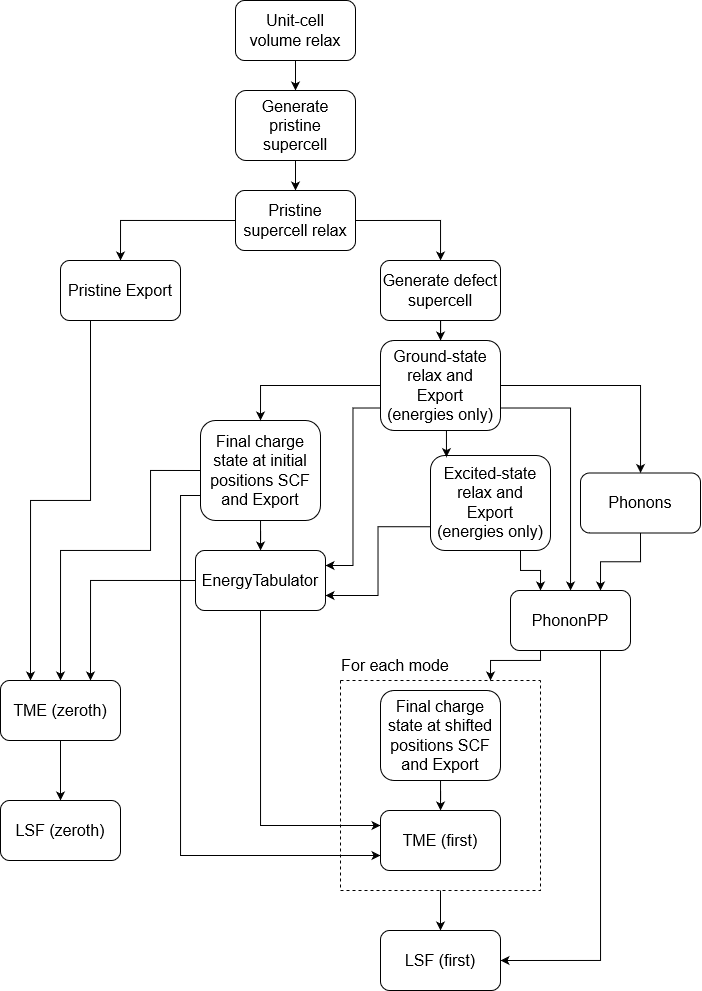
Earlier version of the draw.io export _site/images/CaptureFlowChart.png (laurarnichols/defectCrossSectionsDocs). Source tidied: cells renumbered, new cells last; positions are measured from the earlier drawing's top-left corner, leaving out a move shared by most shapes.
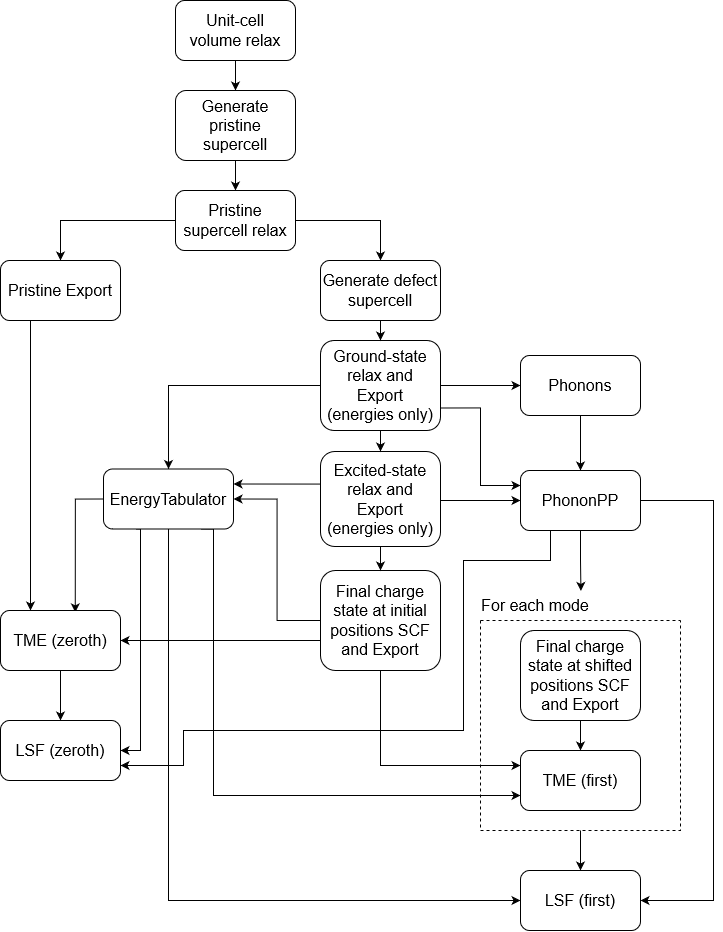
Above is the later version.

What changed in the source:
```diff
@@ -16,58 +16,69 @@
       <mxGeometry relative="1" as="geometry" />
     </mxCell>
     <mxCell id="5" value="Unit-cell volume relax" style="rounded=1;whiteSpace=wrap;html=1;spacingRight=4;fontSize=16;spacingLeft=4;" parent="1" vertex="1">
-      <mxGeometry x="235" width="120" height="60" as="geometry" />
+      <mxGeometry x="152" width="120" height="60" as="geometry" />
     </mxCell>
+    <mxCell id="7" style="edgeStyle=orthogonalEdgeStyle;rounded=0;jettySize=auto;html=1;exitX=0;exitY=0.5;exitDx=0;exitDy=0;entryX=1;entryY=0.5;entryDx=0;entryDy=0;" parent="1" edge="1" source="9" target="35">
+      <mxGeometry relative="1" as="geometry" />
+    </mxCell>
-    <mxCell id="6" style="edgeStyle=orthogonalEdgeStyle;rounded=0;jettySize=auto;html=1;exitX=0;exitY=0.5;exitDx=0;exitDy=0;entryX=0.5;entryY=0;entryDx=0;entryDy=0;fontSize=16;" parent="1" edge="1" source="9" target="37">
+    <mxCell id="6" style="edgeStyle=orthogonalEdgeStyle;rounded=0;jettySize=auto;html=1;exitX=0;exitY=0.75;exitDx=0;exitDy=0;entryX=1;entryY=0.5;entryDx=0;entryDy=0;" parent="1" edge="1" source="9" target="37">
       <mxGeometry relative="1" as="geometry">
         <Array as="points">
-          <mxPoint x="150" y="470" />
-          <mxPoint x="150" y="550" />
-          <mxPoint x="60" y="550" />
+          <mxPoint x="297" y="640" />
         </Array>
       </mxGeometry>
     </mxCell>
-    <mxCell id="7" style="edgeStyle=orthogonalEdgeStyle;rounded=0;jettySize=auto;html=1;" parent="1" edge="1" source="9" target="35">
-      <mxGeometry relative="1" as="geometry" />
-    </mxCell>
-    <mxCell id="8" style="edgeStyle=orthogonalEdgeStyle;rounded=0;jettySize=auto;html=1;exitX=0;exitY=0.75;exitDx=0;exitDy=0;entryX=0;entryY=0.75;entryDx=0;entryDy=0;" parent="1" edge="1" source="9" target="43">
-      <mxGeometry relative="1" as="geometry" />
+    <mxCell id="8" style="edgeStyle=orthogonalEdgeStyle;rounded=0;jettySize=auto;html=1;exitX=0.75;exitY=1;exitDx=0;exitDy=0;entryX=0;entryY=0.25;entryDx=0;entryDy=0;" parent="1" edge="1" source="9" target="43">
+      <mxGeometry relative="1" as="geometry">
+        <Array as="points">
+          <mxPoint x="357" y="670" />
+          <mxPoint x="357" y="765" />
+        </Array>
+      </mxGeometry>
     </mxCell>
     <mxCell id="9" value="Final charge state at initial positions SCF and Export" style="rounded=1;whiteSpace=wrap;html=1;fontSize=16;" parent="1" vertex="1">
-      <mxGeometry x="200" y="420" width="120" height="100" as="geometry" />
+      <mxGeometry x="297" y="570" width="120" height="100" as="geometry" />
     </mxCell>
-    <mxCell id="10" style="edgeStyle=orthogonalEdgeStyle;rounded=0;jettySize=auto;html=1;exitX=0.75;exitY=1;exitDx=0;exitDy=0;entryX=0.25;entryY=0;entryDx=0;entryDy=0;fontSize=16;" parent="1" edge="1" source="12" target="32">
-      <mxGeometry relative="1" as="geometry" />
+    <mxCell id="10" style="edgeStyle=orthogonalEdgeStyle;rounded=0;jettySize=auto;html=1;exitX=1;exitY=0.5;exitDx=0;exitDy=0;" parent="1" edge="1" source="12" target="32">
+      <mxGeometry relative="1" as="geometry">
+        <Array as="points">
+          <mxPoint x="417" y="500" />
+        </Array>
+      </mxGeometry>
     </mxCell>
-    <mxCell id="11" style="edgeStyle=orthogonalEdgeStyle;rounded=0;jettySize=auto;html=1;exitX=0;exitY=0.75;exitDx=0;exitDy=0;entryX=1;entryY=0.75;entryDx=0;entryDy=0;fontSize=16;" parent="1" edge="1" source="12" target="35">
-      <mxGeometry relative="1" as="geometry" />
+    <mxCell id="11" style="edgeStyle=orthogonalEdgeStyle;rounded=0;jettySize=auto;html=1;exitX=0;exitY=0.25;exitDx=0;exitDy=0;entryX=1;entryY=0.25;entryDx=0;entryDy=0;" parent="1" edge="1" source="12" target="35">
+      <mxGeometry relative="1" as="geometry">
+        <Array as="points">
+          <mxPoint x="297" y="484" />
+        </Array>
+      </mxGeometry>
     </mxCell>
+    <mxCell id="46" style="edgeStyle=orthogonalEdgeStyle;rounded=0;jettySize=auto;html=1;exitX=0.5;exitY=1;exitDx=0;exitDy=0;" parent="1" edge="1" source="12" target="9">
+      <mxGeometry relative="1" as="geometry" />
+    </mxCell>
     <mxCell id="12" value="Excited-state relax and Export (energies only)" style="rounded=1;whiteSpace=wrap;html=1;fontSize=16;spacingRight=4;spacingLeft=4;" parent="1" vertex="1">
-      <mxGeometry x="430" y="455" width="120" height="95" as="geometry" />
+      <mxGeometry x="297" y="451" width="120" height="95" as="geometry" />
     </mxCell>
+    <mxCell id="14" style="edgeStyle=orthogonalEdgeStyle;rounded=0;jettySize=auto;html=1;exitX=0.5;exitY=1;exitDx=0;exitDy=0;" parent="1" edge="1" source="18" target="12">
+      <mxGeometry relative="1" as="geometry" />
+    </mxCell>
-    <mxCell id="13" style="edgeStyle=orthogonalEdgeStyle;rounded=0;jettySize=auto;html=1;fontSize=16;" parent="1" edge="1" source="18" target="29">
+    <mxCell id="13" style="edgeStyle=orthogonalEdgeStyle;rounded=0;jettySize=auto;html=1;exitX=1;exitY=0.5;exitDx=0;exitDy=0;entryX=0;entryY=0.5;entryDx=0;entryDy=0;" parent="1" edge="1" source="18" target="29">
       <mxGeometry relative="1" as="geometry" />
     </mxCell>
-    <mxCell id="14" style="edgeStyle=orthogonalEdgeStyle;rounded=0;jettySize=auto;html=1;exitX=0.5;exitY=1;exitDx=0;exitDy=0;entryX=0.133;entryY=0.017;entryDx=0;entryDy=0;entryPerimeter=0;fontSize=16;" parent="1" edge="1" source="18" target="12">
-      <mxGeometry relative="1" as="geometry" />
-    </mxCell>
-    <mxCell id="15" style="edgeStyle=orthogonalEdgeStyle;rounded=0;jettySize=auto;html=1;fontSize=16;entryX=0.5;entryY=0;entryDx=0;entryDy=0;" parent="1" edge="1" source="18" target="9">
-      <mxGeometry relative="1" as="geometry" />
-    </mxCell>
+    <mxCell id="17" style="edgeStyle=orthogonalEdgeStyle;rounded=0;jettySize=auto;html=1;exitX=1;exitY=0.75;exitDx=0;exitDy=0;entryX=0;entryY=0.25;entryDx=0;entryDy=0;" parent="1" edge="1" source="18" target="32">
+      <mxGeometry relative="1" as="geometry" />
+    </mxCell>
-    <mxCell id="16" style="edgeStyle=orthogonalEdgeStyle;rounded=0;jettySize=auto;html=1;exitX=0;exitY=0.75;exitDx=0;exitDy=0;entryX=1;entryY=0.25;entryDx=0;entryDy=0;fontSize=16;" parent="1" edge="1" source="18" target="35">
+    <mxCell id="16" style="edgeStyle=orthogonalEdgeStyle;rounded=0;jettySize=auto;html=1;exitX=0;exitY=0.5;exitDx=0;exitDy=0;entryX=0.5;entryY=0;entryDx=0;entryDy=0;" parent="1" edge="1" source="18" target="35">
       <mxGeometry relative="1" as="geometry" />
     </mxCell>
-    <mxCell id="17" style="edgeStyle=orthogonalEdgeStyle;rounded=0;jettySize=auto;html=1;exitX=1;exitY=0.75;exitDx=0;exitDy=0;fontSize=16;" parent="1" edge="1" source="18" target="32">
-      <mxGeometry relative="1" as="geometry" />
-    </mxCell>
     <mxCell id="18" value="Ground-state relax and Export (energies only)" style="rounded=1;whiteSpace=wrap;html=1;fontSize=16;spacingRight=4;spacingLeft=4;" parent="1" vertex="1">
-      <mxGeometry x="380" y="340" width="120" height="90" as="geometry" />
+      <mxGeometry x="297" y="340" width="120" height="90" as="geometry" />
     </mxCell>
     <mxCell id="19" style="edgeStyle=orthogonalEdgeStyle;rounded=0;jettySize=auto;html=1;fontSize=16;" parent="1" edge="1" source="20" target="23">
       <mxGeometry relative="1" as="geometry" />
     </mxCell>
     <mxCell id="20" value="Generate pristine supercell" style="rounded=1;whiteSpace=wrap;html=1;fontSize=16;" parent="1" vertex="1">
-      <mxGeometry x="235" y="90" width="120" height="70" as="geometry" />
+      <mxGeometry x="152" y="90" width="120" height="70" as="geometry" />
     </mxCell>
     <mxCell id="21" style="edgeStyle=orthogonalEdgeStyle;rounded=0;jettySize=auto;html=1;exitX=1;exitY=0.5;exitDx=0;exitDy=0;fontSize=16;" parent="1" edge="1" source="23" target="25">
       <mxGeometry relative="1" as="geometry" />
@@ -76,63 +87,90 @@
       <mxGeometry relative="1" as="geometry" />
     </mxCell>
     <mxCell id="23" value="Pristine supercell relax" style="rounded=1;whiteSpace=wrap;html=1;fontSize=16;" parent="1" vertex="1">
-      <mxGeometry x="235" y="190" width="120" height="60" as="geometry" />
+      <mxGeometry x="152" y="190" width="120" height="60" as="geometry" />
     </mxCell>
     <mxCell id="24" style="edgeStyle=orthogonalEdgeStyle;rounded=0;jettySize=auto;html=1;fontSize=16;" parent="1" edge="1" source="25" target="18">
       <mxGeometry relative="1" as="geometry" />
     </mxCell>
     <mxCell id="25" value="Generate defect supercell" style="rounded=1;whiteSpace=wrap;html=1;fontSize=16;" parent="1" vertex="1">
-      <mxGeometry x="380" y="260" width="120" height="60" as="geometry" />
+      <mxGeometry x="297" y="260" width="120" height="60" as="geometry" />
     </mxCell>
-    <mxCell id="26" style="edgeStyle=orthogonalEdgeStyle;rounded=0;jettySize=auto;html=1;exitX=0.25;exitY=1;exitDx=0;exitDy=0;entryX=0.25;entryY=0;entryDx=0;entryDy=0;fontSize=16;" parent="1" edge="1" source="27" target="37">
+    <mxCell id="26" style="edgeStyle=orthogonalEdgeStyle;rounded=0;jettySize=auto;html=1;exitX=0.25;exitY=1;exitDx=0;exitDy=0;entryX=0.25;entryY=0;entryDx=0;entryDy=0;" parent="1" edge="1" source="27" target="37">
       <mxGeometry relative="1" as="geometry" />
     </mxCell>
     <mxCell id="27" value="Pristine Export" style="rounded=1;whiteSpace=wrap;html=1;fontSize=16;" parent="1" vertex="1">
-      <mxGeometry x="60" y="260" width="120" height="60" as="geometry" />
+      <mxGeometry x="-23" y="260" width="120" height="60" as="geometry" />
     </mxCell>
-    <mxCell id="28" style="edgeStyle=orthogonalEdgeStyle;rounded=0;jettySize=auto;html=1;exitX=0.5;exitY=1;exitDx=0;exitDy=0;entryX=0.75;entryY=0;entryDx=0;entryDy=0;fontSize=16;" parent="1" edge="1" source="29" target="32">
+    <mxCell id="28" style="edgeStyle=orthogonalEdgeStyle;rounded=0;jettySize=auto;html=1;" parent="1" edge="1" source="29" target="32">
       <mxGeometry relative="1" as="geometry" />
     </mxCell>
     <mxCell id="29" value="Phonons" style="rounded=1;whiteSpace=wrap;html=1;fontSize=16;" parent="1" vertex="1">
-      <mxGeometry x="580" y="472.5" width="120" height="60" as="geometry" />
+      <mxGeometry x="497" y="355" width="120" height="60" as="geometry" />
     </mxCell>
+    <mxCell id="47" style="edgeStyle=orthogonalEdgeStyle;rounded=0;jettySize=auto;html=1;exitX=0.5;exitY=1;exitDx=0;exitDy=0;entryX=0.913;entryY=0.014;entryDx=0;entryDy=0;entryPerimeter=0;" parent="1" edge="1" source="32" target="44">
+      <mxGeometry relative="1" as="geometry" />
+    </mxCell>
+    <mxCell id="48" style="edgeStyle=orthogonalEdgeStyle;rounded=0;jettySize=auto;html=1;exitX=0.25;exitY=1;exitDx=0;exitDy=0;entryX=1;entryY=0.75;entryDx=0;entryDy=0;" parent="1" edge="1" source="32" target="38">
+      <mxGeometry relative="1" as="geometry">
+        <Array as="points">
+          <mxPoint x="527" y="560" />
+          <mxPoint x="440" y="560" />
+          <mxPoint x="440" y="730" />
+          <mxPoint x="160" y="730" />
+          <mxPoint x="160" y="765" />
+        </Array>
+      </mxGeometry>
+    </mxCell>
-    <mxCell id="30" style="edgeStyle=orthogonalEdgeStyle;rounded=0;jettySize=auto;html=1;exitX=0.75;exitY=1;exitDx=0;exitDy=0;entryX=1;entryY=0.5;entryDx=0;entryDy=0;fontSize=16;" parent="1" edge="1" source="32" target="45">
-      <mxGeometry relative="1" as="geometry" />
+    <mxCell id="30" style="edgeStyle=orthogonalEdgeStyle;rounded=0;jettySize=auto;html=1;exitX=1;exitY=0.5;exitDx=0;exitDy=0;entryX=1;entryY=0.5;entryDx=0;entryDy=0;" parent="1" edge="1" source="32" target="45">
+      <mxGeometry relative="1" as="geometry">
+        <Array as="points">
+          <mxPoint x="690" y="500" />
+          <mxPoint x="690" y="900" />
+        </Array>
+      </mxGeometry>
     </mxCell>
-    <mxCell id="31" style="edgeStyle=orthogonalEdgeStyle;rounded=0;jettySize=auto;html=1;exitX=0.25;exitY=1;exitDx=0;exitDy=0;entryX=0.75;entryY=0;entryDx=0;entryDy=0;fontSize=16;" parent="1" edge="1" source="32" target="40">
-      <mxGeometry relative="1" as="geometry">
-        <Array as="points">
-          <mxPoint x="540" y="660" />
-          <mxPoint x="490" y="660" />
-        </Array>
-      </mxGeometry>
-    </mxCell>
     <mxCell id="32" value="PhononPP" style="rounded=1;whiteSpace=wrap;html=1;fontSize=16;" parent="1" vertex="1">
-      <mxGeometry x="510" y="590" width="120" height="60" as="geometry" />
+      <mxGeometry x="497" y="470" width="120" height="60" as="geometry" />
     </mxCell>
-    <mxCell id="33" style="edgeStyle=orthogonalEdgeStyle;rounded=0;jettySize=auto;html=1;exitX=0;exitY=0.5;exitDx=0;exitDy=0;entryX=0.75;entryY=0;entryDx=0;entryDy=0;fontSize=16;" parent="1" edge="1" source="35" target="37">
+    <mxCell id="33" style="edgeStyle=orthogonalEdgeStyle;rounded=0;jettySize=auto;html=1;exitX=0;exitY=0.5;exitDx=0;exitDy=0;entryX=0.623;entryY=0.031;entryDx=0;entryDy=0;entryPerimeter=0;" parent="1" edge="1" source="35" target="37">
       <mxGeometry relative="1" as="geometry" />
     </mxCell>
-    <mxCell id="34" style="edgeStyle=orthogonalEdgeStyle;rounded=0;jettySize=auto;html=1;exitX=0.5;exitY=1;exitDx=0;exitDy=0;entryX=0;entryY=0.25;entryDx=0;entryDy=0;" parent="1" edge="1" source="35" target="43">
-      <mxGeometry relative="1" as="geometry" />
+    <mxCell id="34" style="edgeStyle=orthogonalEdgeStyle;rounded=0;jettySize=auto;html=1;exitX=0.75;exitY=1;exitDx=0;exitDy=0;entryX=0;entryY=0.75;entryDx=0;entryDy=0;" parent="1" edge="1" source="35" target="43">
+      <mxGeometry relative="1" as="geometry">
+        <Array as="points">
+          <mxPoint x="190" y="529" />
+          <mxPoint x="190" y="795" />
+        </Array>
+      </mxGeometry>
     </mxCell>
+    <mxCell id="49" style="edgeStyle=orthogonalEdgeStyle;rounded=0;jettySize=auto;html=1;exitX=0.25;exitY=1;exitDx=0;exitDy=0;entryX=1;entryY=0.5;entryDx=0;entryDy=0;" parent="1" edge="1" source="35" target="38">
+      <mxGeometry relative="1" as="geometry">
+        <Array as="points">
+          <mxPoint x="117" y="529" />
+          <mxPoint x="117" y="750" />
+        </Array>
+      </mxGeometry>
+    </mxCell>
+    <mxCell id="50" style="edgeStyle=orthogonalEdgeStyle;rounded=0;jettySize=auto;html=1;exitX=0.5;exitY=1;exitDx=0;exitDy=0;entryX=0;entryY=0.5;entryDx=0;entryDy=0;" parent="1" edge="1" source="35" target="45">
+      <mxGeometry relative="1" as="geometry" />
+    </mxCell>
     <mxCell id="35" value="EnergyTabulator" style="rounded=1;whiteSpace=wrap;html=1;fontSize=16;spacingRight=4;spacingLeft=4;" parent="1" vertex="1">
-      <mxGeometry x="195" y="550" width="130" height="60" as="geometry" />
+      <mxGeometry x="80" y="468.5" width="130" height="60" as="geometry" />
     </mxCell>
-    <mxCell id="36" style="edgeStyle=orthogonalEdgeStyle;rounded=0;jettySize=auto;html=1;exitX=0.5;exitY=1;exitDx=0;exitDy=0;fontSize=16;" parent="1" edge="1" source="37" target="38">
+    <mxCell id="36" style="edgeStyle=orthogonalEdgeStyle;rounded=0;jettySize=auto;html=1;" parent="1" edge="1" source="37" target="38">
       <mxGeometry relative="1" as="geometry" />
     </mxCell>
     <mxCell id="37" value="TME (zeroth)" style="rounded=1;whiteSpace=wrap;html=1;fontSize=16;" parent="1" vertex="1">
-      <mxGeometry y="680" width="120" height="60" as="geometry" />
+      <mxGeometry x="-23" y="610" width="120" height="60" as="geometry" />
     </mxCell>
     <mxCell id="38" value="LSF (zeroth)" style="rounded=1;whiteSpace=wrap;html=1;fontSize=16;" parent="1" vertex="1">
-      <mxGeometry y="800" width="120" height="60" as="geometry" />
+      <mxGeometry x="-23" y="720" width="120" height="60" as="geometry" />
     </mxCell>
     <mxCell id="39" style="edgeStyle=orthogonalEdgeStyle;rounded=0;jettySize=auto;html=1;fontSize=16;" parent="1" edge="1" source="40" target="45">
       <mxGeometry relative="1" as="geometry" />
     </mxCell>
     <mxCell id="40" style="swimlane;startSize=0;fontSize=16;dashed=1;" parent="1" vertex="1">
-      <mxGeometry x="340" y="680" width="200" height="210" as="geometry" />
+      <mxGeometry x="457" y="620" width="200" height="210" as="geometry" />
     </mxCell>
     <mxCell id="41" style="edgeStyle=orthogonalEdgeStyle;rounded=0;jettySize=auto;html=1;fontSize=16;" parent="40" edge="1" source="42" target="43">
       <mxGeometry relative="1" as="geometry" />
@@ -144,10 +182,10 @@
       <mxGeometry x="40" y="130" width="120" height="60" as="geometry" />
     </mxCell>
     <mxCell id="44" value="For each mode" style="text;html=1;strokeColor=none;fillColor=none;align=center;verticalAlign=middle;whiteSpace=wrap;rounded=0;fontSize=16;" parent="1" vertex="1">
-      <mxGeometry x="340" y="650" width="110" height="30" as="geometry" />
+      <mxGeometry x="457" y="590" width="110" height="30" as="geometry" />
     </mxCell>
     <mxCell id="45" value="LSF (first)" style="rounded=1;whiteSpace=wrap;html=1;fontSize=16;" parent="1" vertex="1">
-      <mxGeometry x="380" y="930" width="120" height="60" as="geometry" />
+      <mxGeometry x="497" y="870" width="120" height="60" as="geometry" />
     </mxCell>
   </root>
 </mxGraphModel>
```
